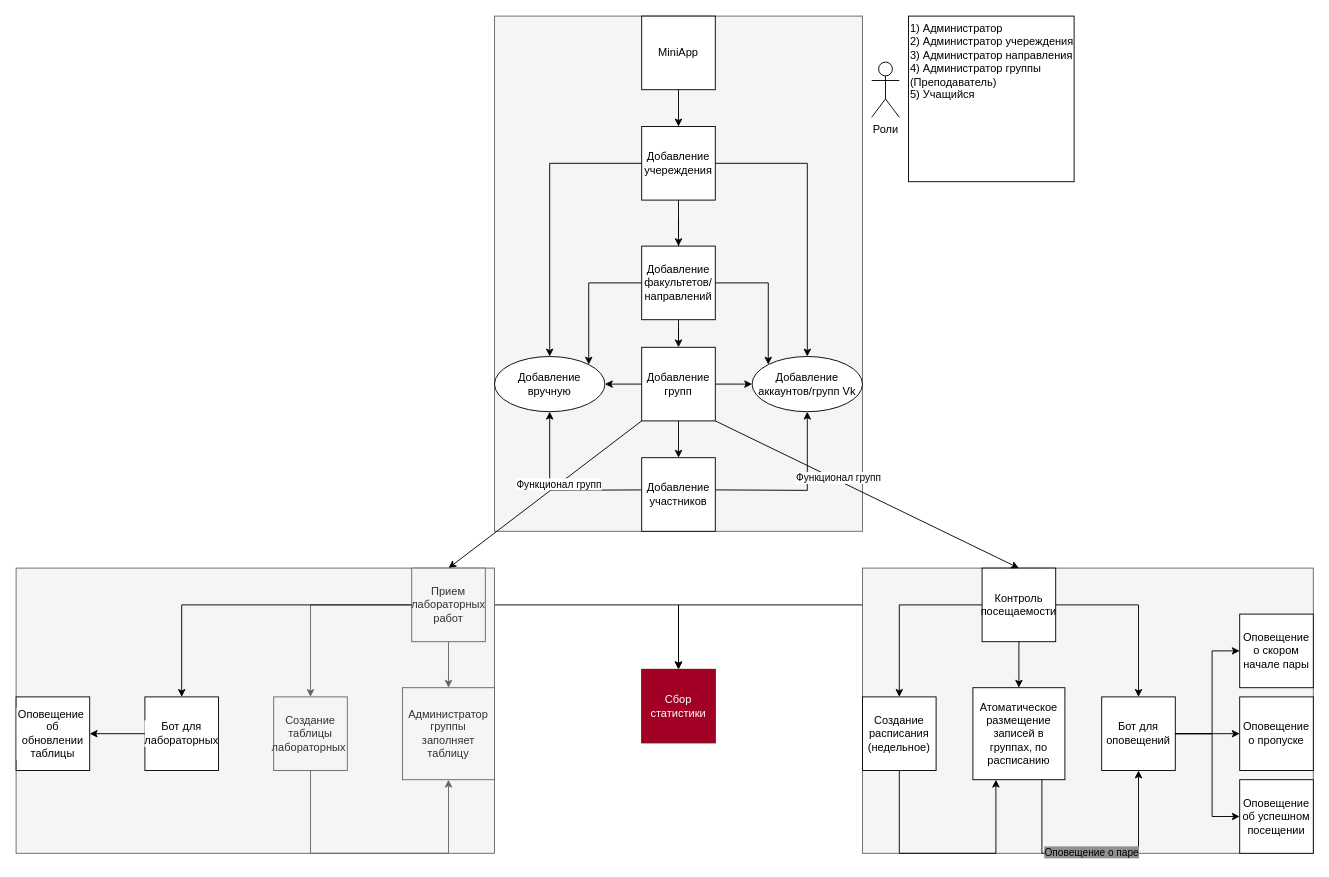
2Andrey2/Diploma keeps this draw.io diagram as Diagram1.drawio. Above is the earlier version. Source tidied: cells renumbered, new cells numbered last; positions are measured from the earlier drawing's top-left corner, leaving out a move shared by most shapes. Both pictures are drawn from the tidied source at 92%, with x=0, y=0 at pixel (16, 16).
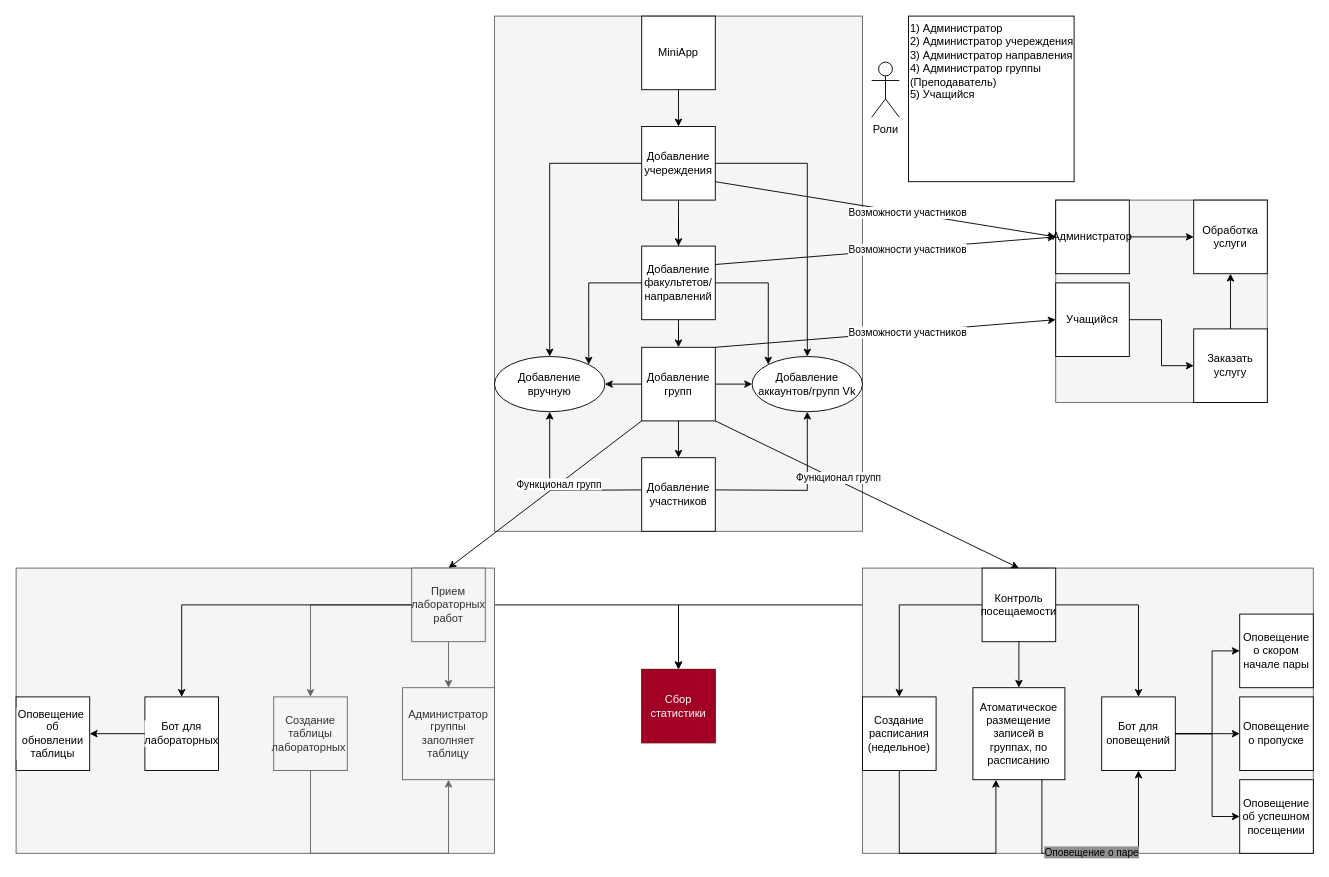
Above is the later version.

Unchanged cells that the change refers to:
```xml
<mxCell id="27" value="Добавление учереждения" style="whiteSpace=wrap;html=1;labelBackgroundColor=none;" parent="24" vertex="1">
  <mxGeometry x="160" y="120" width="80" height="80" as="geometry" />
</mxCell>
<mxCell id="29" value="Добавление групп" style="whiteSpace=wrap;html=1;labelBackgroundColor=none;" parent="24" vertex="1">
  <mxGeometry x="160" y="360" width="80" height="80" as="geometry" />
</mxCell>
<mxCell id="43" value="Добавление факультетов/направлений" style="whiteSpace=wrap;html=1;labelBackgroundColor=none;" parent="24" vertex="1">
  <mxGeometry x="160" y="250" width="80" height="80" as="geometry" />
</mxCell>
```

Diff of the diagram source:
```diff
@@
+    <mxCell id="60" style="endArrow=classic;html=1;rounded=0;exitX=1;exitY=0;exitDx=0;exitDy=0;entryX=0;entryY=0.5;entryDx=0;entryDy=0;" parent="1" edge="1" source="29" target="67">
+      <mxGeometry relative="1" as="geometry" />
+    </mxCell>
+    <mxCell id="61" value="Возможности участников" style="edgeLabel;html=1;align=center;verticalAlign=middle;" parent="60" vertex="1">
+      <mxGeometry x="0.12" relative="1" as="geometry">
+        <mxPoint x="1" as="offset" />
+      </mxGeometry>
+    </mxCell>
+    <mxCell id="62" style="endArrow=classic;html=1;rounded=0;exitX=1;exitY=0.25;exitDx=0;exitDy=0;entryX=0;entryY=0.5;entryDx=0;entryDy=0;" parent="1" edge="1" source="43" target="70">
+      <mxGeometry relative="1" as="geometry" />
+    </mxCell>
+    <mxCell id="63" value="Возможности участников" style="edgeLabel;html=1;align=center;verticalAlign=middle;" parent="62" vertex="1">
+      <mxGeometry x="0.12" relative="1" as="geometry">
+        <mxPoint x="1" as="offset" />
+      </mxGeometry>
+    </mxCell>
+    <mxCell id="64" style="endArrow=classic;html=1;rounded=0;exitX=1;exitY=0.75;exitDx=0;exitDy=0;entryX=0;entryY=0.5;entryDx=0;entryDy=0;" parent="1" edge="1" source="27" target="70">
+      <mxGeometry relative="1" as="geometry" />
+    </mxCell>
+    <mxCell id="65" value="Возможности участников" style="edgeLabel;html=1;align=center;verticalAlign=middle;" parent="64" vertex="1">
+      <mxGeometry x="0.12" relative="1" as="geometry">
+        <mxPoint x="1" as="offset" />
+      </mxGeometry>
+    </mxCell>
+    <mxCell id="66" style="group;fillColor=#f5f5f5;fontColor=#333333;strokeColor=#666666;" parent="1" vertex="1">
+      <mxGeometry x="1130" y="200" width="230" height="220" as="geometry" />
+    </mxCell>
+    <mxCell id="67" value="Учащийся" style="whiteSpace=wrap;html=1;" parent="66" vertex="1">
+      <mxGeometry y="90" width="80" height="80" as="geometry" />
+    </mxCell>
+    <mxCell id="68" value="Заказать услугу" style="whiteSpace=wrap;html=1;" parent="66" vertex="1">
+      <mxGeometry x="150" y="140" width="80" height="80" as="geometry" />
+    </mxCell>
+    <mxCell id="69" style="edgeStyle=orthogonalEdgeStyle;rounded=0;jettySize=auto;html=1;" parent="66" edge="1" source="67" target="68">
+      <mxGeometry relative="1" as="geometry" />
+    </mxCell>
+    <mxCell id="70" value="Администратор" style="whiteSpace=wrap;html=1;" parent="66" vertex="1">
+      <mxGeometry width="80" height="80" as="geometry" />
+    </mxCell>
+    <mxCell id="71" value="Обработка услуги" style="whiteSpace=wrap;html=1;" parent="66" vertex="1">
+      <mxGeometry x="150" width="80" height="80" as="geometry" />
+    </mxCell>
+    <mxCell id="72" style="edgeStyle=orthogonalEdgeStyle;rounded=0;jettySize=auto;html=1;" parent="66" edge="1" source="70" target="71">
+      <mxGeometry relative="1" as="geometry" />
+    </mxCell>
+    <mxCell id="73" style="endArrow=classic;html=1;rounded=0;entryX=0.5;entryY=1;entryDx=0;entryDy=0;exitX=0.5;exitY=0;exitDx=0;exitDy=0;" parent="66" edge="1" source="68" target="71">
+      <mxGeometry relative="1" as="geometry" />
+    </mxCell>
```
